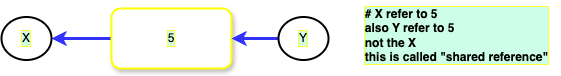
The draw.io diagram resources/images/x_y_refer_value.png in monuBhagel/Basic_py, before a commit. Source tidied: cells renumbered, new cells last; positions are measured from the earlier drawing's top-left corner, leaving out a move shared by most shapes.
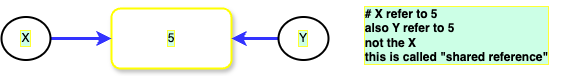
The same file after the commit.

Diff of the diagram source:
```diff
@@ -2,17 +2,17 @@
   <root>
     <mxCell id="0" />
     <mxCell id="1" parent="0" />
-    <mxCell id="2" style="edgeStyle=none;html=1;strokeColor=#3333FF;strokeWidth=3;" parent="1" edge="1" source="3" target="5">
-      <mxGeometry relative="1" as="geometry" />
-    </mxCell>
     <mxCell id="3" value="5" style="rounded=1;whiteSpace=wrap;html=1;gradientColor=none;strokeColor=#FFFF00;strokeWidth=2;shadow=1;labelBorderColor=#FFFF33;labelBackgroundColor=#CCFFE6;" parent="1" vertex="1">
       <mxGeometry x="110" y="8" width="120" height="60" as="geometry" />
     </mxCell>
     <mxCell id="4" value="&lt;div style=&quot;text-align: left;&quot;&gt;&lt;b style=&quot;&quot;&gt;# X refer to 5&amp;nbsp;&lt;/b&gt;&lt;/div&gt;&lt;div style=&quot;text-align: left;&quot;&gt;&lt;b&gt;also Y refer to 5&amp;nbsp;&lt;/b&gt;&lt;/div&gt;&lt;div style=&quot;text-align: left;&quot;&gt;&lt;b&gt;not the X&lt;/b&gt;&lt;/div&gt;&lt;div style=&quot;text-align: left;&quot;&gt;&lt;b&gt;this is called &quot;shared reference&quot;&lt;/b&gt;&lt;/div&gt;" style="text;html=1;align=center;verticalAlign=middle;strokeColor=none;fillColor=none;strokeWidth=2;labelBorderColor=#FFFF33;labelBackgroundColor=#CCFFE6;" parent="1" vertex="1">
       <mxGeometry x="350" width="210" height="70" as="geometry" />
     </mxCell>
+    <mxCell id="8" style="edgeStyle=none;html=1;strokeWidth=3;strokeColor=#3333FF;" parent="1" edge="1" source="5" target="3">
+      <mxGeometry relative="1" as="geometry" />
+    </mxCell>
     <mxCell id="5" value="X" style="ellipse;whiteSpace=wrap;html=1;rounded=1;strokeWidth=2;labelBorderColor=#FFFF33;labelBackgroundColor=#CCFFE6;" parent="1" vertex="1">
-      <mxGeometry y="16.5" width="50" height="43" as="geometry" />
+      <mxGeometry y="16.5" width="49" height="43" as="geometry" />
     </mxCell>
     <mxCell id="6" style="edgeStyle=none;html=1;strokeWidth=3;strokeColor=#3333FF;" parent="1" edge="1" source="7" target="3">
       <mxGeometry relative="1" as="geometry" />
```
